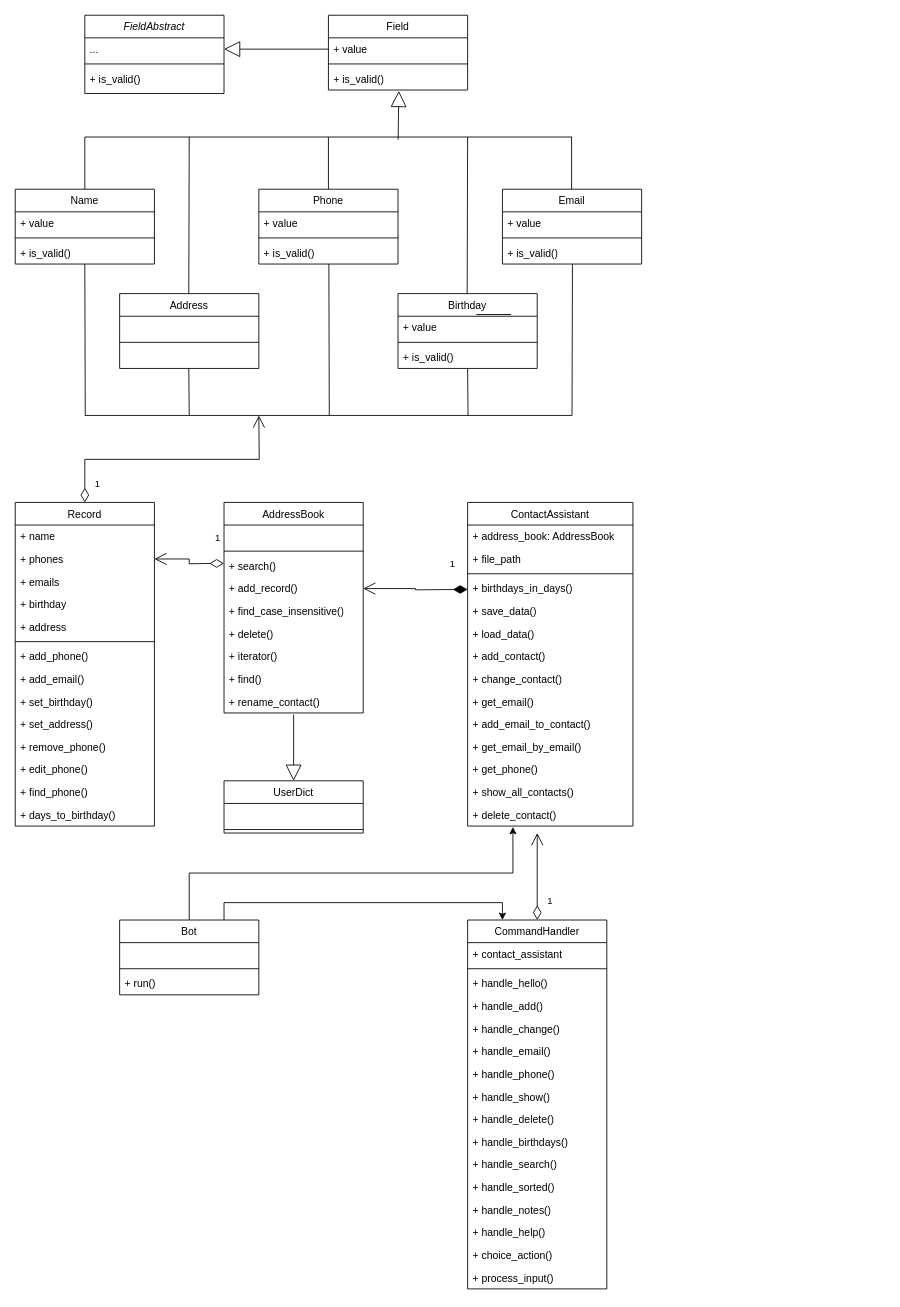
prominb/personal-assistant2 keeps this draw.io diagram as Діаграма без назви.drawio. Above is the earlier version. Source tidied: cells renumbered, new cells numbered last; positions are measured from the earlier drawing's top-left corner, leaving out a move shared by most shapes. Both pictures are drawn from the tidied source at 87%, with x=0, y=0 at pixel (15, 15).
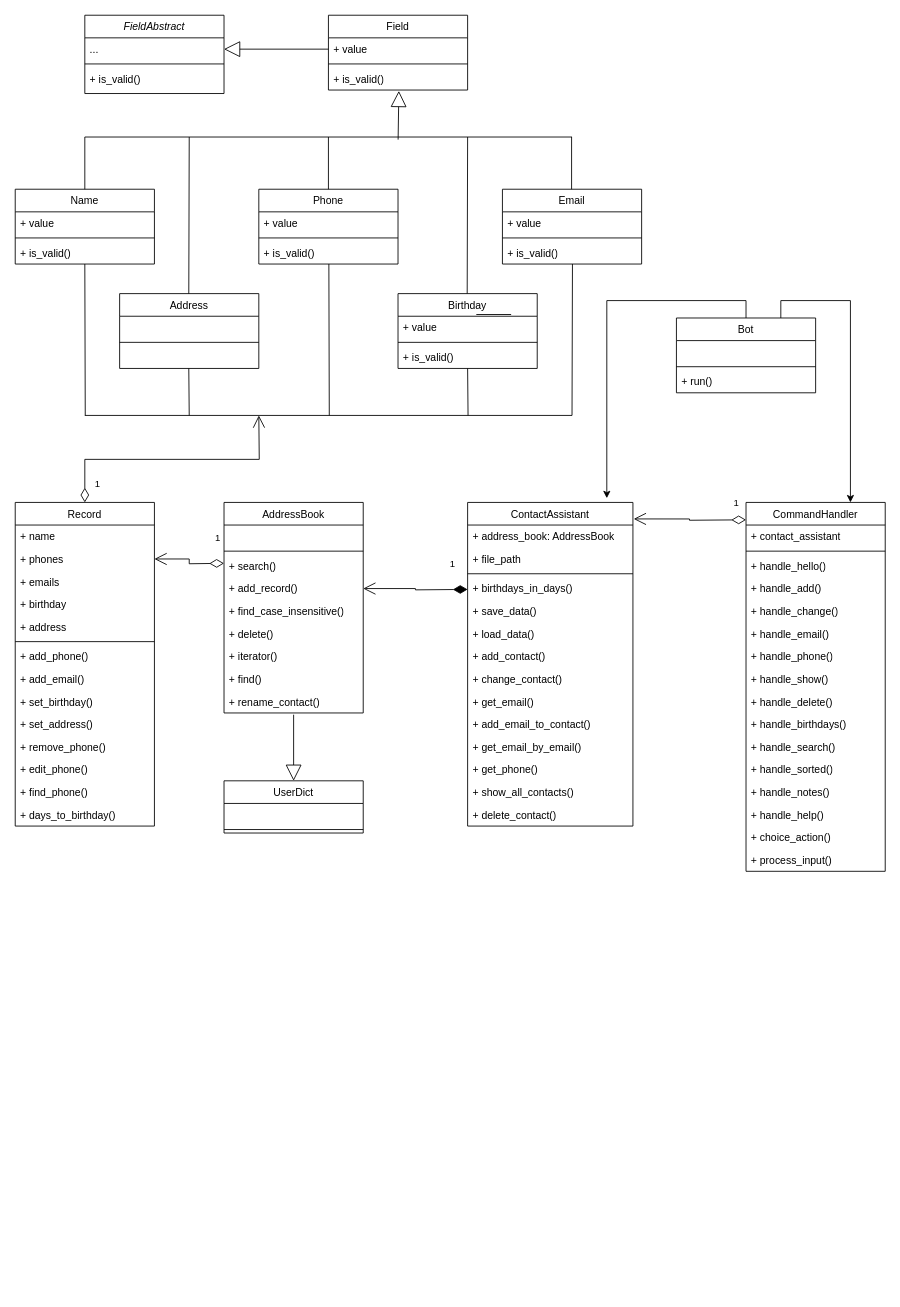
Above is the later version.

The change refers to these unchanged cells:
```xml
<mxCell id="75" value="&lt;span style=&quot;font-weight: 400;&quot;&gt;ContactAssistant&lt;/span&gt;" style="swimlane;fontStyle=1;align=center;verticalAlign=top;horizontal=1;startSize=26;whiteSpace=wrap;html=1;" parent="1" vertex="1">
  <mxGeometry x="520" y="560" width="190" height="372" as="geometry" />
</mxCell>
<mxCell id="89" value="+ delete_contact()" style="text;strokeColor=none;fillColor=none;align=left;verticalAlign=top;spacingLeft=4;spacingRight=4;overflow=hidden;points=[[0,0.5],[1,0.5]];portConstraint=eastwest;whiteSpace=wrap;html=1;" parent="75" vertex="1">
  <mxGeometry y="346" width="190" height="26" as="geometry" />
</mxCell>
```

What changed in the source:
```diff
@@
     <mxCell id="92" value="&lt;span style=&quot;font-weight: 400;&quot;&gt;CommandHandler&lt;/span&gt;" style="swimlane;fontStyle=1;align=center;verticalAlign=top;horizontal=1;startSize=26;whiteSpace=wrap;html=1;" parent="1" vertex="1">
-      <mxGeometry x="520" y="1040" width="160" height="424" as="geometry" />
+      <mxGeometry x="840" y="560" width="160" height="424" as="geometry" />
     </mxCell>
@@
-    <mxCell id="109" value="1" style="endArrow=open;html=1;endSize=12;startArrow=diamondThin;startSize=14;startFill=0;edgeStyle=orthogonalEdgeStyle;align=left;verticalAlign=bottom;rounded=0;" parent="1" edge="1">
+    <mxCell id="109" value="1" style="endArrow=open;html=1;endSize=12;startArrow=diamondThin;startSize=14;startFill=0;edgeStyle=orthogonalEdgeStyle;align=left;verticalAlign=bottom;rounded=0;entryX=1.005;entryY=0.051;entryDx=0;entryDy=0;entryPerimeter=0;" parent="1" edge="1" target="75">
       <mxGeometry x="-0.75" y="-10" relative="1" as="geometry">
-        <mxPoint x="600" y="1040" as="sourcePoint" />
-        <mxPoint x="600" y="940" as="targetPoint" />
+        <mxPoint x="840" y="580" as="sourcePoint" />
       </mxGeometry>
     </mxCell>
-    <mxCell id="110" style="edgeStyle=orthogonalEdgeStyle;rounded=0;jettySize=auto;html=1;exitX=0.75;exitY=0;exitDx=0;exitDy=0;entryX=0.25;entryY=0;entryDx=0;entryDy=0;" parent="1" edge="1" source="111" target="92">
+    <mxCell id="110" style="edgeStyle=orthogonalEdgeStyle;rounded=0;jettySize=auto;html=1;exitX=0.75;exitY=0;exitDx=0;exitDy=0;entryX=0.75;entryY=0;entryDx=0;entryDy=0;" parent="1" edge="1" source="111" target="92">
       <mxGeometry relative="1" as="geometry" />
     </mxCell>
     <mxCell id="111" value="&lt;span style=&quot;font-weight: 400;&quot;&gt;Bot&lt;/span&gt;" style="swimlane;fontStyle=1;align=center;verticalAlign=top;horizontal=1;startSize=26;whiteSpace=wrap;html=1;" parent="1" vertex="1">
-      <mxGeometry x="120" y="1040" width="160" height="86" as="geometry" />
+      <mxGeometry x="760" y="348" width="160" height="86" as="geometry" />
     </mxCell>
@@
-    <mxCell id="115" style="edgeStyle=orthogonalEdgeStyle;rounded=0;jettySize=auto;html=1;exitX=0.5;exitY=0;exitDx=0;exitDy=0;entryX=0.274;entryY=1.038;entryDx=0;entryDy=0;entryPerimeter=0;" parent="1" edge="1" source="111" target="89">
+    <mxCell id="115" style="edgeStyle=orthogonalEdgeStyle;rounded=0;jettySize=auto;html=1;exitX=0.5;exitY=0;exitDx=0;exitDy=0;entryX=0.842;entryY=-0.013;entryDx=0;entryDy=0;entryPerimeter=0;" parent="1" edge="1" source="111" target="75">
       <mxGeometry relative="1" as="geometry" />
     </mxCell>
```
